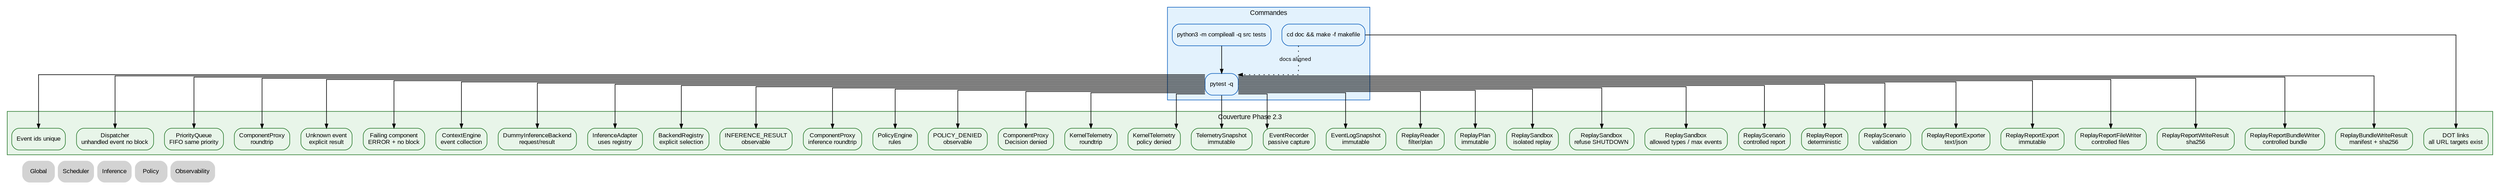
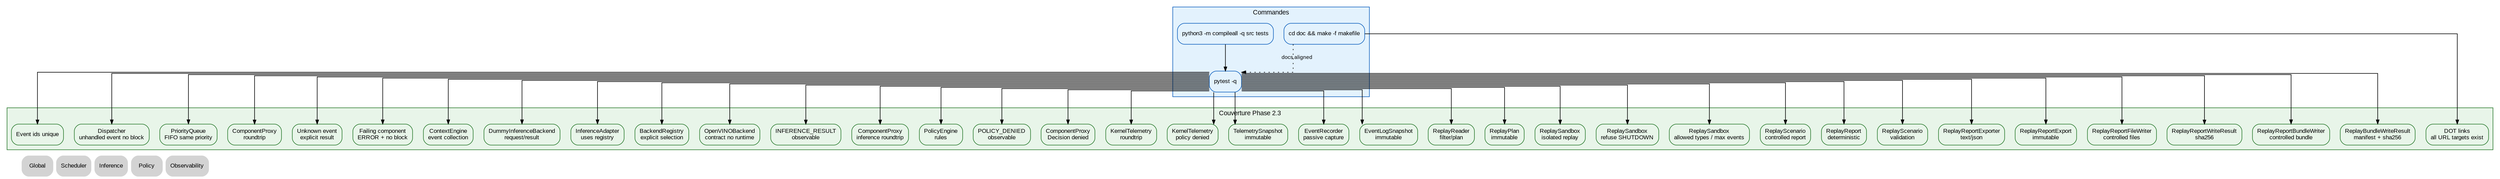
digraph Tests {
    rankdir=TB;
    splines=ortho;

    graph [fontname="Arial", fontsize=11];
    node [shape=box, style="rounded,filled", fontname="Arial", fontsize=10];
    edge [fontname="Arial", fontsize=9, arrowsize=0.7];

-     // ROADMAP_NOTE[phase2_5]:
-     // Ajout des tests BackendRegistry : enregistrement explicite, refus des
-     // doublons, sélection du backend par modèle et snapshot immuable.
-     // La couverture ajoute ReplayReportFileWriter et ReplayReportWriteResult.
-     // Les tests vérifient écriture explicite, refus overwrite par défaut,
-     // création parent opt-in, checksum sha256 et validation du contrat d'écriture.
+     // ROADMAP_NOTE[phase2_6]:
+     // Ajout des tests OpenVINOBackend contractuels avec faux runtime injecté.
+     // Ces tests ne chargent pas openvino : ils valident uniquement la forme
+     // backend/config/state/error avant intégration réelle.

    subgraph cluster_commands {
        label="Commandes";
        color="#1565c0";
        bgcolor="#e3f2fd";
        node [fillcolor="#e3f2fd", color="#1565c0"];
        Compile [label="python3 -m compileall -q src tests"];
        Pytest [label="pytest -q"];
        Dot [label="cd doc && make -f makefile"];
    }

    subgraph cluster_coverage {
        label="Couverture Phase 2.3";
        color="#2e7d32";
        bgcolor="#e8f5e9";
        node [fillcolor="#e8f5e9", color="#2e7d32"];
        EventIds [label="Event ids unique"];
        Dispatcher [label="Dispatcher\nunhandled event no block"];
        Queue [label="PriorityQueue\nFIFO same priority"];
        Proxy [label="ComponentProxy\nroundtrip"];
        Unknown [label="Unknown event\nexplicit result"];
        Failure [label="Failing component\nERROR + no block"];
        Context [label="ContextEngine\nevent collection"];
        Inference [label="DummyInferenceBackend\nrequest/result"];
        InferenceAdapter [label="InferenceAdapter\nuses registry"];
        BackendRegistry [label="BackendRegistry\nexplicit selection"];
+         OpenVINOContract [label="OpenVINOBackend\ncontract no runtime", URL="../inference/41_openvino_backend.svg"];
        InferenceObs [label="INFERENCE_RESULT\nobservable"];
        InferenceProxy [label="ComponentProxy\ninference roundtrip"];
        PolicyRules [label="PolicyEngine\nrules"];
        PolicyDenied [label="POLICY_DENIED\nobservable"];
        PolicyProxy [label="ComponentProxy\nDecision denied"];
        TelemetryRoundtrip [label="KernelTelemetry\nroundtrip"];
        TelemetryDenied [label="KernelTelemetry\npolicy denied"];
        TelemetrySnapshot [label="TelemetrySnapshot\nimmutable"];
        EventRecorder [label="EventRecorder\npassive capture"];
        EventLogSnapshot [label="EventLogSnapshot\nimmutable"];
        ReplayReader [label="ReplayReader\nfilter/plan"];
        ReplayPlan [label="ReplayPlan\nimmutable"];
        ReplaySandbox [label="ReplaySandbox\nisolated replay"];
        ReplaySandboxDenied [label="ReplaySandbox\nrefuse SHUTDOWN"];
        ReplaySandboxLimits [label="ReplaySandbox\nallowed types / max events"];
        ReplayScenario [label="ReplayScenario\ncontrolled report"];
        ReplayReport [label="ReplayReport\ndeterministic"];
        ReplayScenarioValidation [label="ReplayScenario\nvalidation"];
        ReplayReportExporter [label="ReplayReportExporter\ntext/json"];
        ReplayReportExport [label="ReplayReportExport\nimmutable"];
        ReplayReportFileWriter [label="ReplayReportFileWriter\ncontrolled files"];
        ReplayReportWriteResult [label="ReplayReportWriteResult\nsha256"];
        ReplayReportBundleWriter [label="ReplayReportBundleWriter\ncontrolled bundle"];
        ReplayBundleWriteResult [label="ReplayBundleWriteResult\nmanifest + sha256"];
        DotLinks [label="DOT links\nall URL targets exist"];
    }

    Compile -> Pytest;
    Pytest -> EventIds;
    Pytest -> Dispatcher;
    Pytest -> Queue;
    Pytest -> Proxy;
    Pytest -> Unknown;
    Pytest -> Failure;
    Pytest -> Context;
    Pytest -> Inference;
    Pytest -> InferenceAdapter;
    Pytest -> BackendRegistry;
+     Pytest -> OpenVINOContract;
    Pytest -> InferenceObs;
    Pytest -> InferenceProxy;
    Pytest -> PolicyRules;
    Pytest -> PolicyDenied;
    Pytest -> PolicyProxy;
    Pytest -> TelemetryRoundtrip;
    Pytest -> TelemetryDenied;
    Pytest -> TelemetrySnapshot;
    Pytest -> EventRecorder;
    Pytest -> EventLogSnapshot;
    Pytest -> ReplayReader;
    Pytest -> ReplayPlan;
    Pytest -> ReplaySandbox;
    Pytest -> ReplaySandboxDenied;
    Pytest -> ReplaySandboxLimits;
    Pytest -> ReplayScenario;
    Pytest -> ReplayReport;
    Pytest -> ReplayScenarioValidation;
    Pytest -> ReplayReportExporter;
    Pytest -> ReplayReportExport;
    Pytest -> ReplayReportFileWriter;
    Pytest -> ReplayReportWriteResult;
    Pytest -> ReplayReportBundleWriter;
    Pytest -> ReplayBundleWriteResult;
    Dot -> DotLinks;
    Dot -> Pytest [style=dotted, label="docs aligned"];

    Nav_Global [label="Global", shape=plaintext, URL="../00_global.svg"];
    Nav_Scheduler [label="Scheduler", shape=plaintext, URL="../scheduler/10_scheduler.svg"];
    Nav_Inference [label="Inference", shape=plaintext, URL="../inference/40_inference.svg"];
    Nav_Policy [label="Policy", shape=plaintext, URL="../00_global.svg"];
    Nav_Observability [label="Observability", shape=plaintext, URL="../observability/70_observability.svg"];

    { rank=sink; Nav_Global; Nav_Scheduler; Nav_Inference; Nav_Policy; Nav_Observability; }
}
